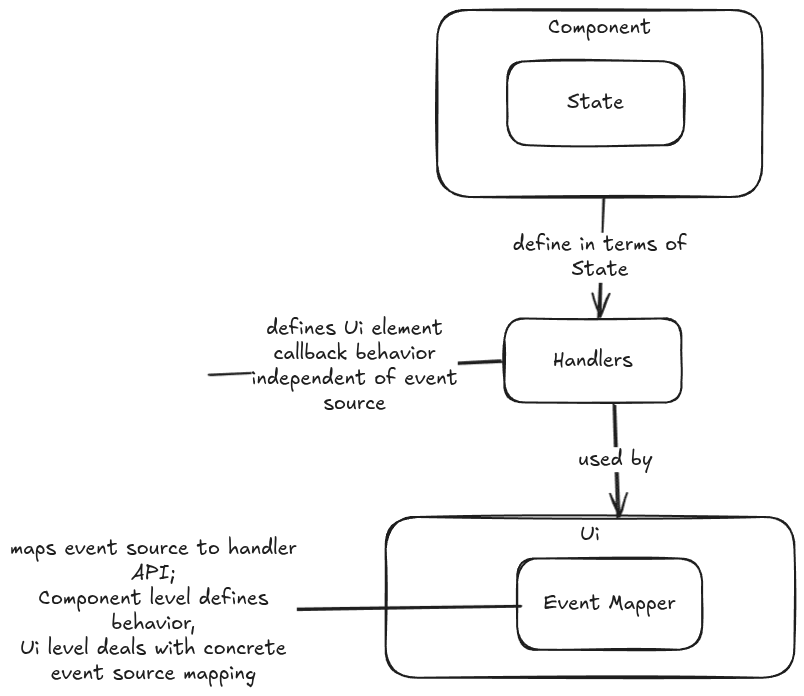
Before: beetry-editor-frontend/docs/layers.excalidraw.png, a diagram exported from Excalidraw (skullim/beetry). Source tidied: one line per element, renumbered; positions are measured from the earlier drawing's top-left corner, leaving out a move shared by most shapes.
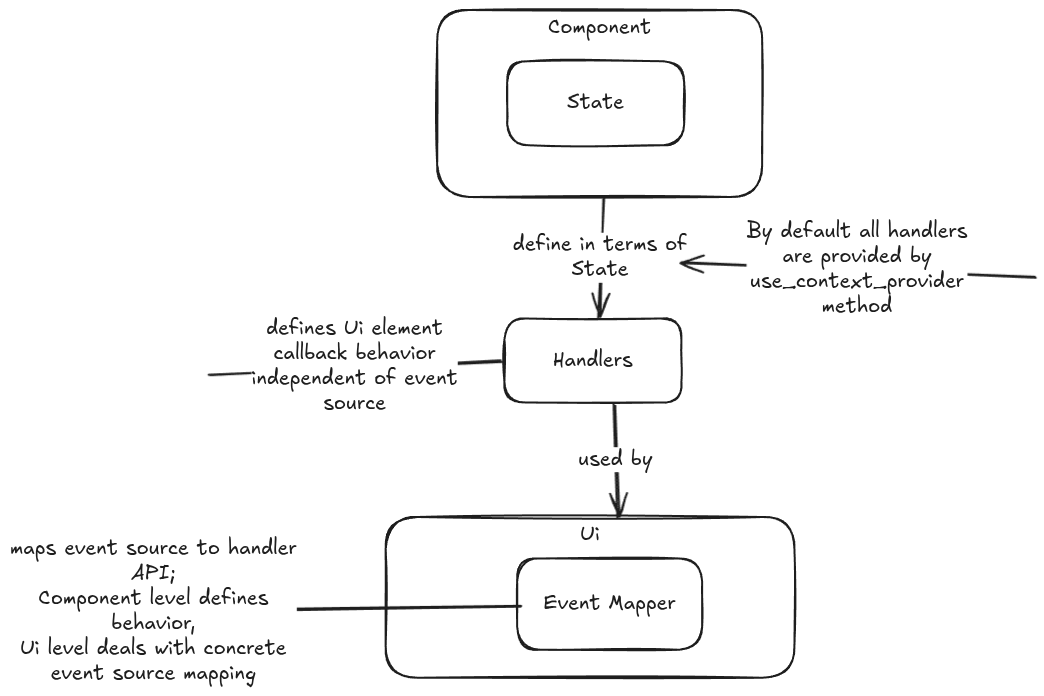
After the commit.

Change to the diagram source:
```diff
@@ -16,3 +16,5 @@
 {"id": 15, "type": "text", "text": "maps event source to handler\nAPI;\nComponent level defines\nbehavior,\nUi level deals with concrete\nevent source mapping", "strokeColor": "#1e1e1e", "strokeWidth": 2, "roughness": 1, "fontSize": 20, "fontFamily": 5, "textAlign": "center", "verticalAlign": "middle", "inside": 14, "x": 212, "y": 654, "width": 287, "height": 150}
 {"id": 16, "type": "arrow", "strokeColor": "#1e1e1e", "strokeWidth": 2, "roughness": 1, "round": true, "to": 6, "x": 106, "y": 364, "width": 292, "height": 14, "points": [[0, 0], [292, -14]]}
 {"id": 17, "type": "text", "text": "defines Ui element\ncallback behavior\nindependent of event\nsource", "strokeColor": "#1e1e1e", "strokeWidth": 2, "roughness": 1, "fontSize": 20, "fontFamily": 5, "textAlign": "center", "verticalAlign": "middle", "inside": 16, "x": 188, "y": 310, "width": 206, "height": 100}
+{"id": 18, "type": "arrow", "strokeColor": "#1e1e1e", "strokeWidth": 2, "roughness": 1, "endArrowhead": "arrow", "round": true, "x": 931, "y": 267, "width": 353, "height": 14, "points": [[0, 0], [-353, -14]]}
+{"id": 19, "type": "text", "text": "By default all handlers\nare provided by\nuse_context_provider\nmethod", "strokeColor": "#1e1e1e", "strokeWidth": 2, "roughness": 1, "fontSize": 20, "fontFamily": 5, "textAlign": "center", "verticalAlign": "middle", "inside": 18, "x": 644, "y": 210, "width": 221, "height": 100}
```
